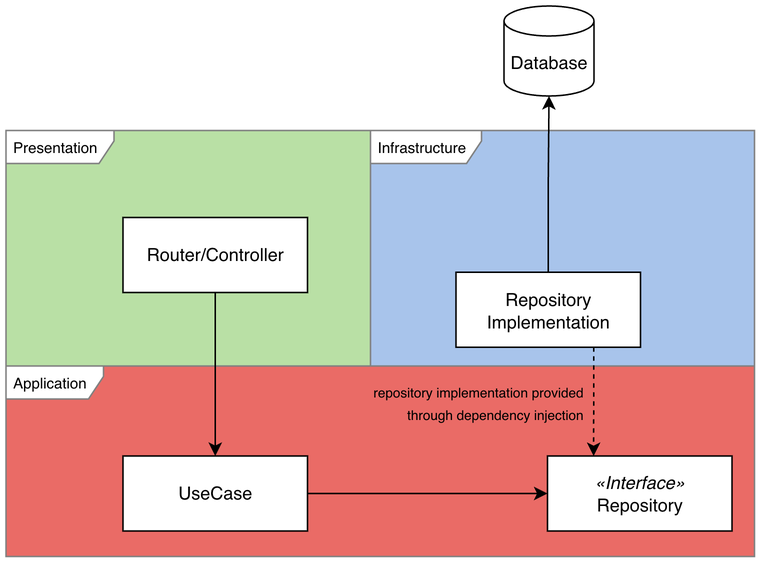
The draw.io diagram img/repo-injection.png in MattisJensen/health-check-api, before a commit. Source tidied: cells renumbered, new cells last; positions are measured from the earlier drawing's top-left corner, leaving out a move shared by most shapes. Source of this version:
```xml
<mxGraphModel>
  <root>
    <mxCell id="0" />
    <mxCell id="1" parent="0" />
    <mxCell id="2" value="&lt;span style=&quot;font-size: 10px;&quot;&gt;&amp;nbsp;Application&lt;/span&gt;" style="shape=umlFrame;whiteSpace=wrap;html=1;fillColor=#FFFFFF;gradientColor=none;swimlaneFillColor=#EA6B66;align=left;width=65;height=22;strokeColor=#808080;" parent="1" vertex="1">
      <mxGeometry y="240" width="499" height="127" as="geometry" />
    </mxCell>
    <mxCell id="3" value="&lt;span style=&quot;font-size: 10px;&quot;&gt;&amp;nbsp;Infrastructure&lt;/span&gt;" style="shape=umlFrame;whiteSpace=wrap;html=1;fillColor=#FFFFFF;gradientColor=none;swimlaneFillColor=light-dark(#a8c4eb, #214210);align=left;width=74;height=22;strokeColor=#808080;" parent="1" vertex="1">
      <mxGeometry x="243" y="83" width="256" height="157" as="geometry" />
    </mxCell>
    <mxCell id="4" value="&lt;font style=&quot;font-size: 10px;&quot;&gt;&amp;nbsp;Presentation&lt;/font&gt;" style="shape=umlFrame;whiteSpace=wrap;html=1;fillColor=#FFFFFF;gradientColor=none;swimlaneFillColor=light-dark(#b9e0a5, #334a6c);align=left;width=72;height=22;strokeColor=#808080;" parent="1" vertex="1">
      <mxGeometry y="83" width="243" height="157" as="geometry" />
    </mxCell>
    <mxCell id="5" value="&lt;i&gt;«Interface»&lt;br&gt;&lt;/i&gt;&lt;span&gt;Repository&lt;/span&gt;" style="html=1;whiteSpace=wrap;fontStyle=0;" parent="1" vertex="1">
      <mxGeometry x="361" y="300" width="123" height="50" as="geometry" />
    </mxCell>
    <mxCell id="6" style="edgeStyle=orthogonalEdgeStyle;rounded=0;jettySize=auto;html=1;" parent="1" edge="1" source="7" target="12">
      <mxGeometry relative="1" as="geometry" />
    </mxCell>
    <mxCell id="7" value="&lt;div&gt;Router/Controller&lt;/div&gt;" style="html=1;whiteSpace=wrap;fontStyle=0;" parent="1" vertex="1">
      <mxGeometry x="78" y="141" width="123" height="50" as="geometry" />
    </mxCell>
    <mxCell id="8" style="edgeStyle=orthogonalEdgeStyle;rounded=0;jettySize=auto;html=1;entryX=0.25;entryY=0;entryDx=0;entryDy=0;dashed=1;" parent="1" edge="1" source="10" target="5">
      <mxGeometry relative="1" as="geometry">
        <Array as="points">
          <mxPoint x="392" y="264" />
        </Array>
      </mxGeometry>
    </mxCell>
    <mxCell id="9" style="edgeStyle=orthogonalEdgeStyle;rounded=0;jettySize=auto;html=1;" parent="1" edge="1" source="10" target="15">
      <mxGeometry relative="1" as="geometry" />
    </mxCell>
    <mxCell id="10" value="&lt;div&gt;Repository&lt;/div&gt;&lt;div&gt;&lt;span style=&quot;background-color: transparent; color: light-dark(rgb(0, 0, 0), rgb(255, 255, 255));&quot;&gt;Implementation&lt;/span&gt;&lt;/div&gt;" style="html=1;whiteSpace=wrap;fontStyle=0;" parent="1" vertex="1">
      <mxGeometry x="300" y="177.5" width="123" height="50" as="geometry" />
    </mxCell>
    <mxCell id="11" style="edgeStyle=orthogonalEdgeStyle;rounded=0;jettySize=auto;html=1;entryX=0;entryY=0.5;entryDx=0;entryDy=0;" parent="1" edge="1" source="12" target="5">
      <mxGeometry relative="1" as="geometry" />
    </mxCell>
    <mxCell id="12" value="&lt;div&gt;&lt;span style=&quot;background-color: transparent; color: light-dark(rgb(0, 0, 0), rgb(255, 255, 255));&quot;&gt;UseCase&lt;/span&gt;&lt;/div&gt;" style="html=1;whiteSpace=wrap;fontStyle=0;" parent="1" vertex="1">
      <mxGeometry x="78" y="300" width="123" height="50" as="geometry" />
    </mxCell>
    <mxCell id="13" style="ellipse;whiteSpace=wrap;html=1;align=center;fillColor=none;strokeColor=none;perimeter=centerPerimeter;" parent="1" vertex="1">
      <mxGeometry x="174.5" y="259" width="10" height="10" as="geometry" />
    </mxCell>
    <mxCell id="14" value="&lt;font style=&quot;font-size: 9px;&quot;&gt;&lt;span style=&quot;&quot;&gt;repository&amp;nbsp;&lt;/span&gt;implementation provided&lt;/font&gt;&lt;div&gt;&lt;font style=&quot;font-size: 9px;&quot;&gt;through&amp;nbsp;&lt;/font&gt;&lt;span style=&quot;font-size: 9px; background-color: transparent; color: light-dark(rgb(0, 0, 0), rgb(255, 255, 255));&quot;&gt;dependency injection&lt;/span&gt;&lt;/div&gt;" style="text;html=1;align=right;verticalAlign=middle;strokeColor=none;fillColor=none;" parent="1" vertex="1">
      <mxGeometry x="228" y="243.5" width="158" height="41" as="geometry" />
    </mxCell>
    <mxCell id="15" value="&lt;div&gt;&lt;br&gt;&lt;/div&gt;Database" style="strokeWidth=1;html=1;shape=mxgraph.flowchart.database;whiteSpace=wrap;" parent="1" vertex="1">
      <mxGeometry x="332" width="60" height="60" as="geometry" />
    </mxCell>
  </root>
</mxGraphModel>
```
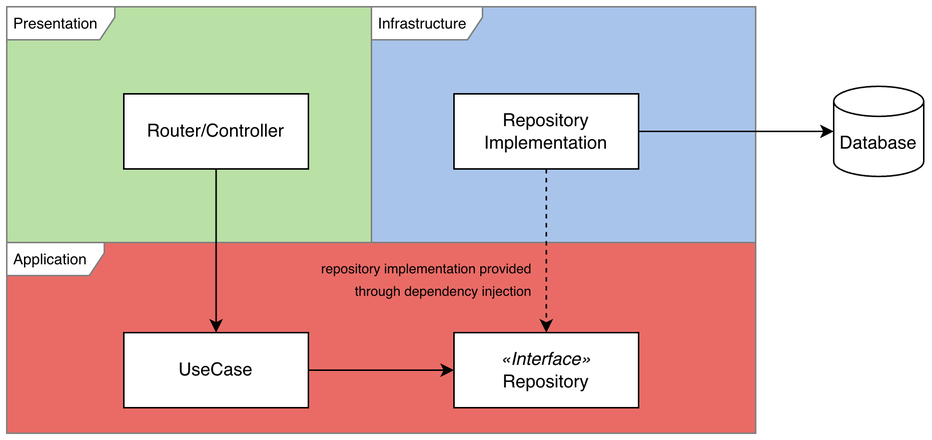
Above is the later version.

Commit message:
clean architecture clarification

Change to the diagram source:
```diff
@@ -12,7 +12,7 @@
       <mxGeometry y="83" width="243" height="157" as="geometry" />
     </mxCell>
     <mxCell id="5" value="&lt;i&gt;«Interface»&lt;br&gt;&lt;/i&gt;&lt;span&gt;Repository&lt;/span&gt;" style="html=1;whiteSpace=wrap;fontStyle=0;" parent="1" vertex="1">
-      <mxGeometry x="361" y="300" width="123" height="50" as="geometry" />
+      <mxGeometry x="298" y="300" width="123" height="50" as="geometry" />
     </mxCell>
     <mxCell id="6" style="edgeStyle=orthogonalEdgeStyle;rounded=0;jettySize=auto;html=1;" parent="1" edge="1" source="7" target="12">
       <mxGeometry relative="1" as="geometry" />
@@ -20,18 +20,14 @@
     <mxCell id="7" value="&lt;div&gt;Router/Controller&lt;/div&gt;" style="html=1;whiteSpace=wrap;fontStyle=0;" parent="1" vertex="1">
       <mxGeometry x="78" y="141" width="123" height="50" as="geometry" />
     </mxCell>
-    <mxCell id="8" style="edgeStyle=orthogonalEdgeStyle;rounded=0;jettySize=auto;html=1;entryX=0.25;entryY=0;entryDx=0;entryDy=0;dashed=1;" parent="1" edge="1" source="10" target="5">
-      <mxGeometry relative="1" as="geometry">
-        <Array as="points">
-          <mxPoint x="392" y="264" />
-        </Array>
-      </mxGeometry>
+    <mxCell id="8" style="edgeStyle=orthogonalEdgeStyle;rounded=0;jettySize=auto;html=1;dashed=1;exitX=0.5;exitY=1;exitDx=0;exitDy=0;" parent="1" edge="1" source="10" target="5">
+      <mxGeometry relative="1" as="geometry" />
     </mxCell>
     <mxCell id="9" style="edgeStyle=orthogonalEdgeStyle;rounded=0;jettySize=auto;html=1;" parent="1" edge="1" source="10" target="15">
       <mxGeometry relative="1" as="geometry" />
     </mxCell>
     <mxCell id="10" value="&lt;div&gt;Repository&lt;/div&gt;&lt;div&gt;&lt;span style=&quot;background-color: transparent; color: light-dark(rgb(0, 0, 0), rgb(255, 255, 255));&quot;&gt;Implementation&lt;/span&gt;&lt;/div&gt;" style="html=1;whiteSpace=wrap;fontStyle=0;" parent="1" vertex="1">
-      <mxGeometry x="300" y="177.5" width="123" height="50" as="geometry" />
+      <mxGeometry x="298" y="141" width="123" height="50" as="geometry" />
     </mxCell>
     <mxCell id="11" style="edgeStyle=orthogonalEdgeStyle;rounded=0;jettySize=auto;html=1;entryX=0;entryY=0.5;entryDx=0;entryDy=0;" parent="1" edge="1" source="12" target="5">
       <mxGeometry relative="1" as="geometry" />
@@ -43,10 +39,10 @@
       <mxGeometry x="174.5" y="259" width="10" height="10" as="geometry" />
     </mxCell>
     <mxCell id="14" value="&lt;font style=&quot;font-size: 9px;&quot;&gt;&lt;span style=&quot;&quot;&gt;repository&amp;nbsp;&lt;/span&gt;implementation provided&lt;/font&gt;&lt;div&gt;&lt;font style=&quot;font-size: 9px;&quot;&gt;through&amp;nbsp;&lt;/font&gt;&lt;span style=&quot;font-size: 9px; background-color: transparent; color: light-dark(rgb(0, 0, 0), rgb(255, 255, 255));&quot;&gt;dependency injection&lt;/span&gt;&lt;/div&gt;" style="text;html=1;align=right;verticalAlign=middle;strokeColor=none;fillColor=none;" parent="1" vertex="1">
-      <mxGeometry x="228" y="243.5" width="158" height="41" as="geometry" />
+      <mxGeometry x="193" y="243.5" width="158" height="41" as="geometry" />
     </mxCell>
     <mxCell id="15" value="&lt;div&gt;&lt;br&gt;&lt;/div&gt;Database" style="strokeWidth=1;html=1;shape=mxgraph.flowchart.database;whiteSpace=wrap;" parent="1" vertex="1">
-      <mxGeometry x="332" width="60" height="60" as="geometry" />
+      <mxGeometry x="551" y="136" width="60" height="60" as="geometry" />
     </mxCell>
   </root>
 </mxGraphModel>
```
